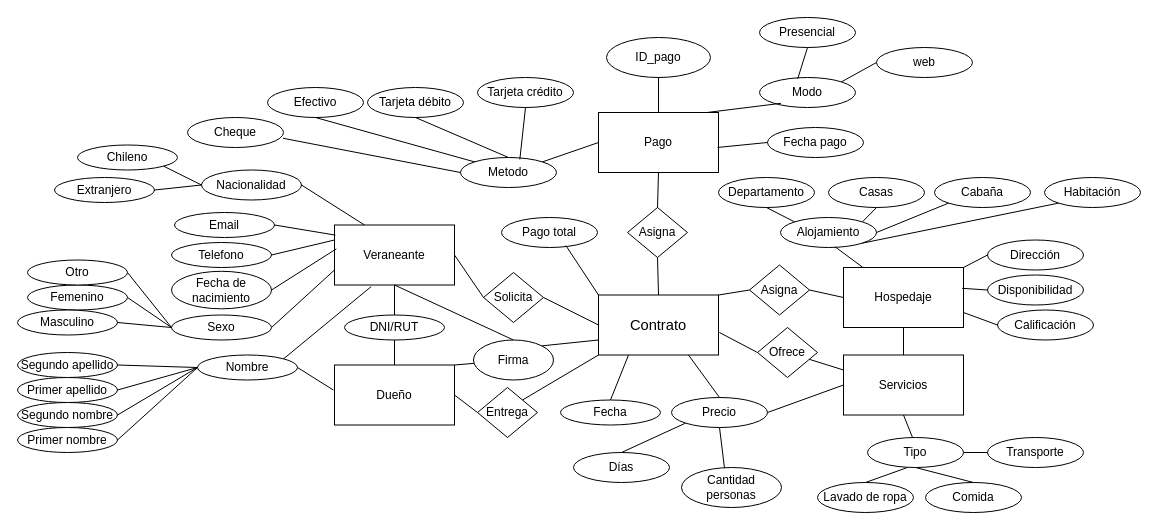
This is 2.drawio from MatiLilloY/Base-de-datos1, a draw.io file, before an edit. Source tidied: cells renumbered, new cells numbered last; positions are measured from the earlier drawing's top-left corner, leaving out a move shared by most shapes. Both pictures are drawn from the tidied source at 100%, with x=0, y=0 at pixel (17, 17).
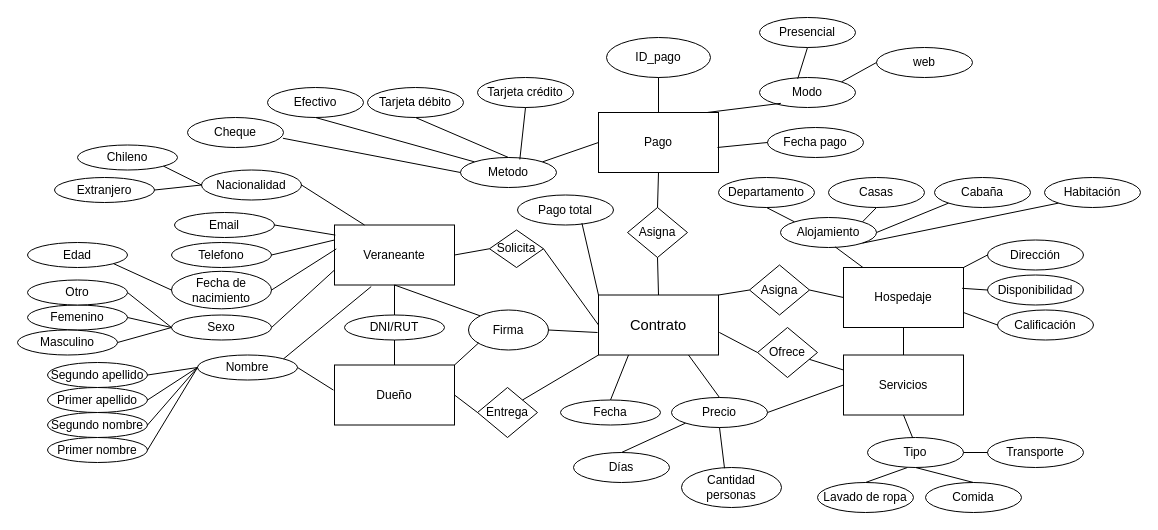
Above is the later version.

The change refers to these unchanged cells:
```xml
<mxCell id="2" value="Dueño" style="rounded=0;whiteSpace=wrap;html=1;" parent="1" vertex="1">
  <mxGeometry x="317" y="347.5" width="120" height="60" as="geometry" />
</mxCell>
<mxCell id="3" value="&lt;span style=&quot;accent-color: auto; place-content: normal; place-items: normal; place-self: auto; alignment-baseline: auto; anchor-name: none; anchor-scope: none; animation: 0s ease 0s 1 normal none running none; animation-composition: replace; app-region: none; appearance: none; aspect-ratio: auto; backdrop-filter: none; backface-visibility: visible; background: none 0% 0% / auto repeat scroll padding-box border-box rgba(0, 0, 0, 0); background-blend-mode: normal; baseline-shift: 0px; baseline-source: auto; border-image: none 100% / 1 / 0 stretch; border-color: rgb(0, 0, 0); border-collapse: separate; border-end-end-radius: 0px; border-end-start-radius: 0px; border-width: 0px; border-style: none; border-spacing: 0px; border-start-end-radius: 0px; border-start-start-radius: 0px; border-radius: 0px; inset: auto; box-decoration-break: slice; box-shadow: none; box-sizing: content-box; break-after: auto; break-before: auto; break-inside: auto; buffered-rendering: auto; caption-side: top; caret-color: rgb(0, 0, 0); clear: none; clip: auto; clip-path: none; clip-rule: nonzero; color-interpolation: srgb; color-interpolation-filters: linearrgb; color-rendering: auto; color-scheme: normal; columns: auto; column-fill: balance; gap: normal; column-rule: 0px rgb(0, 0, 0); column-span: none; contain: none; contain-intrinsic-block-size: none; contain-intrinsic-size: none; contain-intrinsic-inline-size: none; container: none; content: normal; content-visibility: visible; counter-increment: none; counter-reset: none; counter-set: none; cursor: text; cx: 0px; cy: 0px; d: none; direction: ltr; display: inline; dominant-baseline: auto; empty-cells: show; field-sizing: fixed; fill: rgb(0, 0, 0); fill-opacity: 1; fill-rule: nonzero; filter: none; flex: 0 1 auto; flex-flow: row; float: none; flood-color: rgb(0, 0, 0); flood-opacity: 1; font-family: WordVisi_MSFontService, Arial, Arial_EmbeddedFont, Arial_MSFontService, sans-serif; font-feature-settings: normal; font-kerning: none; font-optical-sizing: auto; font-palette: normal; font-size: 14.6667px; font-size-adjust: none; font-stretch: 100%; font-synthesis: weight style small-caps; font-variant-ligatures: none; font-variant-numeric: normal; font-variant-east-asian: normal; font-variant-alternates: normal; font-variant-position: normal; font-variant-emoji: normal; font-variation-settings: normal; forced-color-adjust: auto; grid-area: auto; grid: none; height: auto; hyphenate-character: auto; hyphenate-limit-chars: auto; hyphens: manual; image-orientation: from-image; image-rendering: auto; initial-letter: normal; inline-size: auto; inset-block: auto; inset-inline: auto; interpolate-size: numeric-only; isolation: auto; lighting-color: rgb(255, 255, 255); line-break: auto; line-height: 18.4px; list-style: outside none disc; margin: 0px; marker: none; mask: none; mask-type: luminance; math-depth: 0; math-shift: normal; math-style: normal; max-height: none; max-width: none; min-height: 0px; min-width: 0px; mix-blend-mode: normal; object-fit: fill; object-position: 50% 50%; object-view-box: none; offset: normal; opacity: 1; order: 0; outline: rgb(0, 0, 0) none 0px; outline-offset: 0px; overflow: visible; overflow-anchor: auto; overflow-clip-margin: 0px; overflow-wrap: break-word; overlay: none; overscroll-behavior-block: auto; overscroll-behavior-inline: auto; overscroll-behavior: auto; padding: 0px; page: auto; paint-order: normal; perspective: none; perspective-origin: 0px 0px; pointer-events: auto; position: static; position-anchor: auto; position-area: none; position-try: none; position-visibility: always; quotes: auto; r: 0px; resize: none; rotate: none; ruby-align: space-around; ruby-position: over; rx: auto; ry: auto; scale: none; scroll-behavior: auto; scroll-initial-target: none; scroll-margin-block: 0px; scroll-margin: 0px; scroll-margin-inline: 0px; scroll-padding-block: auto; scroll-padding: auto; scroll-padding-inline: auto; scroll-snap-align: none; scroll-snap-stop: normal; scroll-snap-type: none; scroll-timeline: none; scrollbar-color: auto; scrollbar-gutter: auto; scrollbar-width: auto; shape-image-threshold: 0; shape-margin: 0px; shape-outside: none; shape-rendering: auto; speak: normal; stop-color: rgb(0, 0, 0); stop-opacity: 1; stroke: none; stroke-dasharray: none; stroke-dashoffset: 0px; stroke-linecap: butt; stroke-linejoin: miter; stroke-miterlimit: 4; stroke-opacity: 1; stroke-width: 1px; tab-size: 8; table-layout: auto; text-align: left; text-align-last: auto; text-anchor: start; text-box: normal; text-combine-upright: none; text-decoration-style: solid; text-decoration-color: rgb(0, 0, 0); text-decoration-skip-ink: auto; text-emphasis: none rgb(0, 0, 0); text-emphasis-position: over; text-orientation: mixed; text-overflow: clip; text-rendering: auto; text-shadow: none; text-size-adjust: auto; text-spacing-trim: normal; text-underline-offset: auto; text-underline-position: auto; text-wrap-style: initial; timeline-scope: none; touch-action: auto; transform: none; transform-box: view-box; transform-origin: 0px 0px; transform-style: flat; transition: all; translate: none; unicode-bidi: normal; user-select: text; vector-effect: none; vertical-align: baseline; view-timeline: none; view-transition-class: none; view-transition-name: none; visibility: visible; border-block-end: 0px none rgb(0, 0, 0); border-block-start: 0px none rgb(0, 0, 0); border-inline-end: 0px none rgb(0, 0, 0); -webkit-border-image: none; border-inline-start: 0px none rgb(0, 0, 0); -webkit-box-align: stretch; -webkit-box-decoration-break: slice; -webkit-box-direction: normal; -webkit-box-flex: 0; -webkit-box-ordinal-group: 1; -webkit-box-orient: horizontal; -webkit-box-pack: start; -webkit-font-smoothing: auto; -webkit-line-break: auto; -webkit-line-clamp: none; -webkit-locale: &amp;quot;ES&amp;quot;; block-size: auto; margin-block: 0px; margin-inline: 0px; -webkit-mask-box-image-source: none; -webkit-mask-box-image-slice: 0 fill; -webkit-mask-box-image-width: auto; -webkit-mask-box-image-outset: 0; -webkit-mask-box-image-repeat: stretch; max-block-size: none; max-inline-size: none; min-block-size: 0px; min-inline-size: 0px; padding-block: 0px; padding-inline: 0px; -webkit-print-color-adjust: economy; -webkit-rtl-ordering: logical; -webkit-ruby-position: before; -webkit-tap-highlight-color: rgba(0, 0, 0, 0); -webkit-text-combine: none; -webkit-text-fill-color: rgb(0, 0, 0); -webkit-text-orientation: vertical-right; -webkit-text-security: none; -webkit-text-stroke-color: rgb(0, 0, 0); -webkit-user-drag: none; -webkit-user-modify: read-only; -webkit-writing-mode: horizontal-tb; white-space-collapse: preserve; width: auto; will-change: auto; word-break: normal; writing-mode: horizontal-tb; x: 0px; y: 0px; z-index: auto; zoom: 1;&quot; class=&quot;TextRun SCXW72867079 BCX0&quot; lang=&quot;ES&quot; data-contrast=&quot;auto&quot;&gt;&lt;span class=&quot;NormalTextRun SCXW72867079 BCX0&quot;&gt;Contrato&lt;/span&gt;&lt;/span&gt;" style="rounded=0;whiteSpace=wrap;html=1;" parent="1" vertex="1">
  <mxGeometry x="581" y="277.5" width="120" height="60" as="geometry" />
</mxCell>
<mxCell id="5" value="Veraneante" style="rounded=0;whiteSpace=wrap;html=1;" parent="1" vertex="1">
  <mxGeometry x="317" y="207.5" width="120" height="60" as="geometry" />
</mxCell>
<mxCell id="13" value="Fecha de nacimiento" style="ellipse;whiteSpace=wrap;html=1;" parent="1" vertex="1">
  <mxGeometry x="154" y="253.8" width="100" height="37.5" as="geometry" />
</mxCell>
```

Change to the diagram source:
```diff
@@
     <mxCell id="15" value="Femenino" style="ellipse;whiteSpace=wrap;html=1;" parent="1" vertex="1">
-      <mxGeometry x="10" y="267.5" width="100" height="25" as="geometry" />
+      <mxGeometry x="10" y="287.5" width="100" height="25" as="geometry" />
     </mxCell>
     <mxCell id="16" value="Masculino" style="ellipse;whiteSpace=wrap;html=1;" parent="1" vertex="1">
-      <mxGeometry y="292.5" width="100" height="25" as="geometry" />
+      <mxGeometry y="312.5" width="100" height="25" as="geometry" />
     </mxCell>
     <mxCell id="17" value="Otro" style="ellipse;whiteSpace=wrap;html=1;" parent="1" vertex="1">
-      <mxGeometry x="10" y="242.5" width="100" height="25" as="geometry" />
+      <mxGeometry x="10" y="262.5" width="100" height="25" as="geometry" />
     </mxCell>
     <mxCell id="18" value="Primer apellido" style="ellipse;whiteSpace=wrap;html=1;" parent="1" vertex="1">
-      <mxGeometry y="360" width="100" height="25" as="geometry" />
+      <mxGeometry x="30" y="370" width="100" height="25" as="geometry" />
     </mxCell>
     <mxCell id="19" value="Segundo apellido" style="ellipse;whiteSpace=wrap;html=1;" parent="1" vertex="1">
-      <mxGeometry y="335" width="100" height="25" as="geometry" />
+      <mxGeometry x="30" y="345" width="100" height="25" as="geometry" />
     </mxCell>
     <mxCell id="20" value="Segundo nombre" style="ellipse;whiteSpace=wrap;html=1;" parent="1" vertex="1">
-      <mxGeometry y="385" width="100" height="25" as="geometry" />
+      <mxGeometry x="30" y="395" width="100" height="25" as="geometry" />
     </mxCell>
     <mxCell id="21" value="Primer nombre" style="ellipse;whiteSpace=wrap;html=1;" parent="1" vertex="1">
-      <mxGeometry y="410" width="100" height="25" as="geometry" />
+      <mxGeometry x="30" y="420" width="100" height="25" as="geometry" />
     </mxCell>
@@
     <mxCell id="58" value="Solicita" style="rhombus;whiteSpace=wrap;html=1;" parent="1" vertex="1">
-      <mxGeometry x="466" y="255" width="60" height="50" as="geometry" />
+      <mxGeometry x="472" y="212.5" width="54" height="37.5" as="geometry" />
     </mxCell>
@@
     <mxCell id="61" value="Firma" style="ellipse;whiteSpace=wrap;html=1;" parent="1" vertex="1">
-      <mxGeometry x="456" y="322.5" width="80" height="40" as="geometry" />
+      <mxGeometry x="451" y="292.5" width="80" height="40" as="geometry" />
     </mxCell>
-    <mxCell id="62" style="endArrow=none;html=1;rounded=0;entryX=1;entryY=0;entryDx=0;entryDy=0;" parent="1" edge="1" source="61" target="2">
+    <mxCell id="62" style="endArrow=none;html=1;rounded=0;entryX=1;entryY=0;entryDx=0;entryDy=0;exitX=0.128;exitY=0.821;exitDx=0;exitDy=0;exitPerimeter=0;" parent="1" edge="1" source="61" target="2">
       <mxGeometry relative="1" as="geometry" />
     </mxCell>
-    <mxCell id="63" style="endArrow=none;html=1;rounded=0;exitX=0.5;exitY=1;exitDx=0;exitDy=0;entryX=0.5;entryY=0;entryDx=0;entryDy=0;" parent="1" edge="1" source="5" target="61">
+    <mxCell id="63" style="endArrow=none;html=1;rounded=0;exitX=0.5;exitY=1;exitDx=0;exitDy=0;entryX=0;entryY=0;entryDx=0;entryDy=0;" parent="1" edge="1" source="5" target="61">
       <mxGeometry relative="1" as="geometry" />
     </mxCell>
-    <mxCell id="64" style="endArrow=none;html=1;rounded=0;exitX=1;exitY=0;exitDx=0;exitDy=0;entryX=0;entryY=0.75;entryDx=0;entryDy=0;" parent="1" edge="1" source="61" target="3">
-      <mxGeometry relative="1" as="geometry" />
+    <mxCell id="64" style="endArrow=none;html=1;rounded=0;exitX=1;exitY=0.5;exitDx=0;exitDy=0;" parent="1" edge="1" source="61">
+      <mxGeometry relative="1" as="geometry">
+        <mxPoint x="580" y="315" as="targetPoint" />
+      </mxGeometry>
     </mxCell>
@@
     <mxCell id="79" value="Pago total" style="ellipse;whiteSpace=wrap;html=1;" parent="1" vertex="1">
-      <mxGeometry x="484" y="200" width="96" height="30" as="geometry" />
+      <mxGeometry x="500" y="177.5" width="96" height="30" as="geometry" />
     </mxCell>
@@
+    <mxCell id="117" style="endArrow=none;html=1;rounded=0;exitX=0;exitY=0.5;exitDx=0;exitDy=0;entryX=1;entryY=1;entryDx=0;entryDy=0;" parent="1" edge="1" source="13" target="118">
+      <mxGeometry relative="1" as="geometry" />
+    </mxCell>
+    <mxCell id="118" value="Edad" style="ellipse;whiteSpace=wrap;html=1;" parent="1" vertex="1">
+      <mxGeometry x="10" y="225" width="100" height="25" as="geometry" />
+    </mxCell>
```
